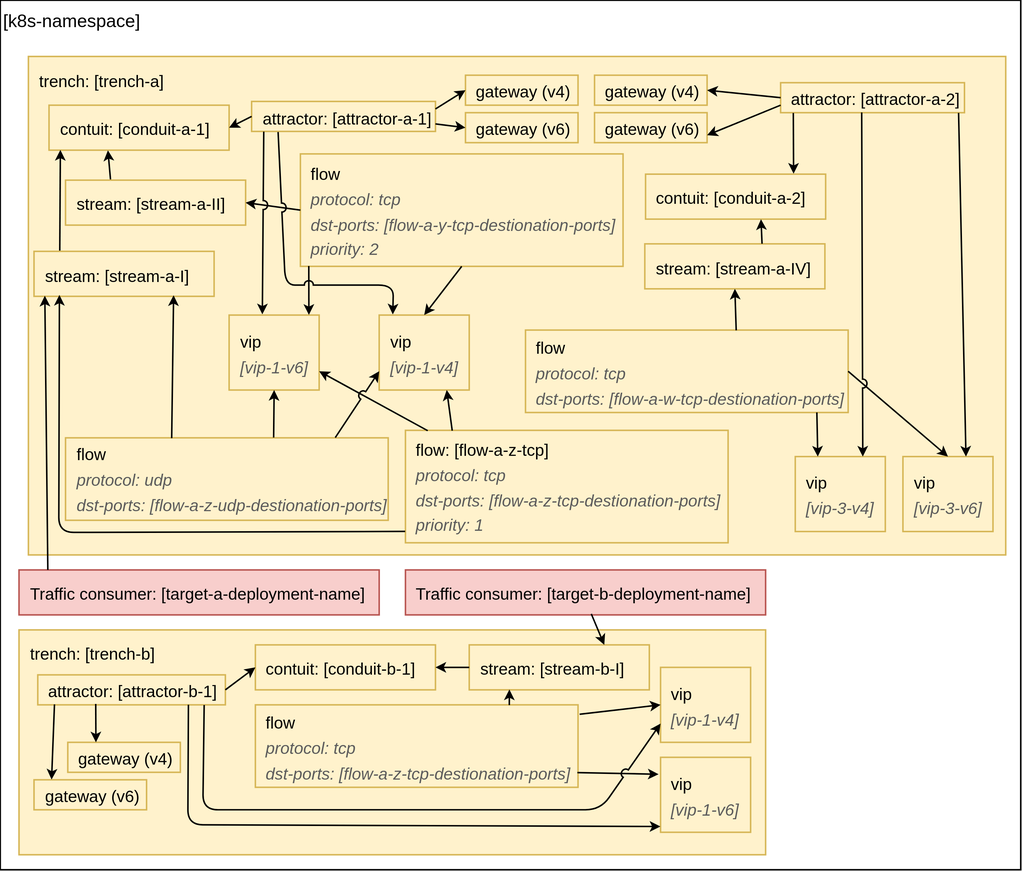
The draw.io diagram docs/resources/Initial-Deployment-E2E.svg in Nordix/Meridio, before a commit. Source tidied: cells renumbered, new cells last; positions are measured from the earlier drawing's top-left corner, leaving out a move shared by most shapes.
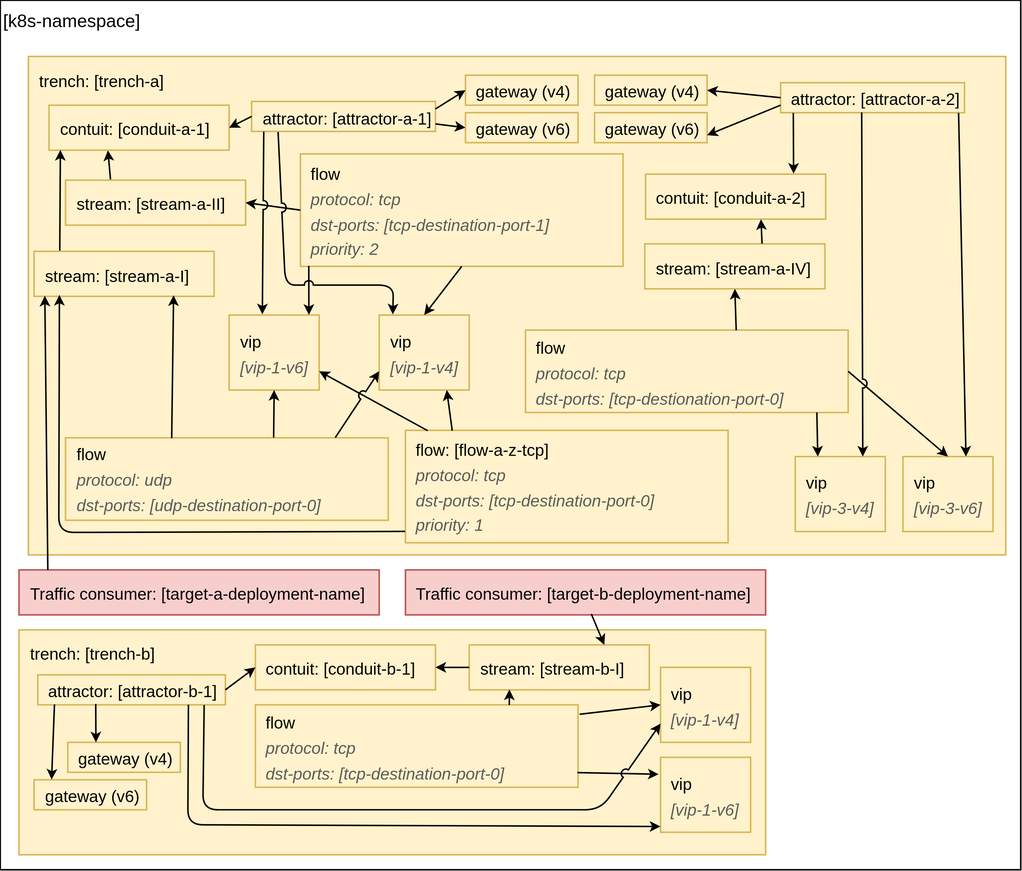
Above is the later version.

The edit, as a diff of the source:
```diff
@@ -20,7 +20,7 @@
     <mxCell id="7" value="&lt;font style=&quot;font-size: 11px&quot;&gt;stream: [stream-b-I]&lt;br&gt;&lt;/font&gt;" style="rounded=0;whiteSpace=wrap;html=1;labelBackgroundColor=none;fontSize=14;align=left;fillColor=#fff2cc;strokeColor=#d6b656;verticalAlign=middle;spacingLeft=5;" parent="1" vertex="1">
       <mxGeometry x="312.5" y="430" width="120" height="30" as="geometry" />
     </mxCell>
-    <mxCell id="8" value="&lt;font style=&quot;font-size: 11px&quot;&gt;flow&lt;br&gt;&lt;i&gt;&lt;font color=&quot;#5c5c5c&quot;&gt;protocol: tcp&lt;br&gt;dst-ports: [flow-a-z-tcp-destionation-ports]&lt;/font&gt;&lt;/i&gt;&lt;br&gt;&lt;/font&gt;" style="rounded=0;whiteSpace=wrap;html=1;labelBackgroundColor=none;fontSize=14;align=left;fillColor=#fff2cc;strokeColor=#d6b656;verticalAlign=middle;spacingLeft=5;" parent="1" vertex="1">
+    <mxCell id="8" value="&lt;font style=&quot;font-size: 11px&quot;&gt;flow&lt;br&gt;&lt;i&gt;&lt;font color=&quot;#5c5c5c&quot;&gt;protocol: tcp&lt;br&gt;dst-ports: [tcp-destination-port-0]&lt;/font&gt;&lt;/i&gt;&lt;br&gt;&lt;/font&gt;" style="rounded=0;whiteSpace=wrap;html=1;labelBackgroundColor=none;fontSize=14;align=left;fillColor=#fff2cc;strokeColor=#d6b656;verticalAlign=middle;spacingLeft=5;" parent="1" vertex="1">
       <mxGeometry x="170" y="470" width="215" height="55" as="geometry" />
     </mxCell>
     <mxCell id="9" value="&lt;font style=&quot;font-size: 11px&quot;&gt;vip&lt;br&gt;&lt;i&gt;&lt;font color=&quot;#5c5c5c&quot;&gt;[vip-1-v4]&lt;/font&gt;&lt;/i&gt;&lt;br&gt;&lt;/font&gt;" style="rounded=0;whiteSpace=wrap;html=1;labelBackgroundColor=none;fontSize=14;align=left;fillColor=#fff2cc;strokeColor=#d6b656;verticalAlign=middle;spacingLeft=5;" parent="1" vertex="1">
@@ -71,7 +71,7 @@
     <mxCell id="24" value="&lt;font style=&quot;font-size: 11px&quot;&gt;stream: [stream-a-I]&lt;br&gt;&lt;/font&gt;" style="rounded=0;whiteSpace=wrap;html=1;labelBackgroundColor=none;fontSize=14;align=left;fillColor=#fff2cc;strokeColor=#d6b656;verticalAlign=middle;spacingLeft=5;" parent="1" vertex="1">
       <mxGeometry x="22.5" y="167.5" width="120" height="30" as="geometry" />
     </mxCell>
-    <mxCell id="25" value="&lt;font style=&quot;font-size: 11px&quot;&gt;flow: [flow-a-z-tcp]&lt;br&gt;&lt;i&gt;&lt;font color=&quot;#5c5c5c&quot;&gt;protocol: tcp&lt;br&gt;dst-ports: [flow-a-z-tcp-destionation-ports]&lt;br&gt;priority: 1&lt;/font&gt;&lt;/i&gt;&lt;br&gt;&lt;/font&gt;" style="rounded=0;whiteSpace=wrap;html=1;labelBackgroundColor=none;fontSize=14;align=left;fillColor=#fff2cc;strokeColor=#d6b656;verticalAlign=middle;spacingLeft=5;" parent="1" vertex="1">
+    <mxCell id="25" value="&lt;font style=&quot;font-size: 11px&quot;&gt;flow: [flow-a-z-tcp]&lt;br&gt;&lt;i&gt;&lt;font color=&quot;#5c5c5c&quot;&gt;protocol: tcp&lt;br&gt;dst-ports: [tcp-destination-port-0]&lt;br&gt;priority: 1&lt;/font&gt;&lt;/i&gt;&lt;br&gt;&lt;/font&gt;" style="rounded=0;whiteSpace=wrap;html=1;labelBackgroundColor=none;fontSize=14;align=left;fillColor=#fff2cc;strokeColor=#d6b656;verticalAlign=middle;spacingLeft=5;" parent="1" vertex="1">
       <mxGeometry x="270" y="286.9" width="215" height="75" as="geometry" />
     </mxCell>
     <mxCell id="26" value="&lt;font style=&quot;font-size: 11px&quot;&gt;vip&lt;br&gt;&lt;i&gt;&lt;font color=&quot;#5c5c5c&quot;&gt;[vip-1-v4]&lt;/font&gt;&lt;/i&gt;&lt;br&gt;&lt;/font&gt;" style="rounded=0;whiteSpace=wrap;html=1;labelBackgroundColor=none;fontSize=14;align=left;fillColor=#fff2cc;strokeColor=#d6b656;verticalAlign=middle;spacingLeft=5;" parent="1" vertex="1">
@@ -80,10 +80,10 @@
     <mxCell id="27" value="&lt;font style=&quot;font-size: 11px&quot;&gt;vip&lt;br&gt;&lt;i&gt;&lt;font color=&quot;#5c5c5c&quot;&gt;[vip-1-v6]&lt;/font&gt;&lt;/i&gt;&lt;br&gt;&lt;/font&gt;" style="rounded=0;whiteSpace=wrap;html=1;labelBackgroundColor=none;fontSize=14;align=left;fillColor=#fff2cc;strokeColor=#d6b656;verticalAlign=middle;spacingLeft=5;" parent="1" vertex="1">
       <mxGeometry x="152.5" y="210" width="60" height="50" as="geometry" />
     </mxCell>
-    <mxCell id="28" value="&lt;font style=&quot;font-size: 11px&quot;&gt;flow&lt;br&gt;&lt;i&gt;&lt;font color=&quot;#5c5c5c&quot;&gt;protocol: udp&lt;br&gt;dst-ports: [flow-a-z-udp-destionation-ports]&lt;/font&gt;&lt;/i&gt;&lt;br&gt;&lt;/font&gt;" style="rounded=0;whiteSpace=wrap;html=1;labelBackgroundColor=none;fontSize=14;align=left;fillColor=#fff2cc;strokeColor=#d6b656;verticalAlign=middle;spacingLeft=5;" parent="1" vertex="1">
+    <mxCell id="28" value="&lt;font style=&quot;font-size: 11px&quot;&gt;flow&lt;br&gt;&lt;i&gt;&lt;font color=&quot;#5c5c5c&quot;&gt;protocol: udp&lt;br&gt;dst-ports: [udp-destination-port-0]&lt;/font&gt;&lt;/i&gt;&lt;br&gt;&lt;/font&gt;" style="rounded=0;whiteSpace=wrap;html=1;labelBackgroundColor=none;fontSize=14;align=left;fillColor=#fff2cc;strokeColor=#d6b656;verticalAlign=middle;spacingLeft=5;" parent="1" vertex="1">
       <mxGeometry x="43.5" y="291.9" width="215" height="55" as="geometry" />
     </mxCell>
-    <mxCell id="29" value="&lt;font style=&quot;font-size: 11px&quot;&gt;flow&lt;br&gt;&lt;i&gt;&lt;font color=&quot;#5c5c5c&quot;&gt;protocol: tcp&lt;br&gt;dst-ports: [flow-a-y-tcp-destionation-ports]&lt;br&gt;priority: 2&lt;/font&gt;&lt;/i&gt;&lt;br&gt;&lt;/font&gt;" style="rounded=0;whiteSpace=wrap;html=1;labelBackgroundColor=none;fontSize=14;align=left;fillColor=#fff2cc;strokeColor=#d6b656;verticalAlign=middle;spacingLeft=5;" parent="1" vertex="1">
+    <mxCell id="29" value="&lt;font style=&quot;font-size: 11px&quot;&gt;flow&lt;br&gt;&lt;i&gt;&lt;font color=&quot;#5c5c5c&quot;&gt;protocol: tcp&lt;br&gt;dst-ports: [tcp-destination-port-1]&lt;br&gt;priority: 2&lt;/font&gt;&lt;/i&gt;&lt;br&gt;&lt;/font&gt;" style="rounded=0;whiteSpace=wrap;html=1;labelBackgroundColor=none;fontSize=14;align=left;fillColor=#fff2cc;strokeColor=#d6b656;verticalAlign=middle;spacingLeft=5;" parent="1" vertex="1">
       <mxGeometry x="200" y="102.5" width="215" height="75" as="geometry" />
     </mxCell>
     <mxCell id="30" style="endArrow=classic;html=1;rounded=0;endSize=4;jumpStyle=arc;entryX=0.063;entryY=0.994;entryDx=0;entryDy=0;exitX=0.143;exitY=-0.017;exitDx=0;exitDy=0;fontSize=11;startSize=6;entryPerimeter=0;exitPerimeter=0;verticalAlign=middle;" parent="1" edge="1" source="24" target="23">
@@ -168,7 +168,7 @@
     <mxCell id="55" value="&lt;font style=&quot;font-size: 11px&quot;&gt;stream: [stream-a-IV]&lt;br&gt;&lt;/font&gt;" style="rounded=0;whiteSpace=wrap;html=1;labelBackgroundColor=none;fontSize=14;align=left;fillColor=#fff2cc;strokeColor=#d6b656;verticalAlign=middle;spacingLeft=5;" parent="1" vertex="1">
       <mxGeometry x="429.5" y="162.5" width="120" height="30" as="geometry" />
     </mxCell>
-    <mxCell id="56" value="&lt;font style=&quot;font-size: 11px&quot;&gt;flow&lt;br&gt;&lt;i&gt;&lt;font color=&quot;#5c5c5c&quot;&gt;protocol: tcp&lt;br&gt;dst-ports: [flow-a-w-tcp-destionation-ports]&lt;/font&gt;&lt;/i&gt;&lt;br&gt;&lt;/font&gt;" style="rounded=0;whiteSpace=wrap;html=1;labelBackgroundColor=none;fontSize=14;align=left;fillColor=#fff2cc;strokeColor=#d6b656;verticalAlign=middle;spacingLeft=5;" parent="1" vertex="1">
+    <mxCell id="56" value="&lt;font style=&quot;font-size: 11px&quot;&gt;flow&lt;br&gt;&lt;i&gt;&lt;font color=&quot;#5c5c5c&quot;&gt;protocol: tcp&lt;br&gt;dst-ports: [tcp-destionation-port-0]&lt;/font&gt;&lt;/i&gt;&lt;br&gt;&lt;/font&gt;" style="rounded=0;whiteSpace=wrap;html=1;labelBackgroundColor=none;fontSize=14;align=left;fillColor=#fff2cc;strokeColor=#d6b656;verticalAlign=middle;spacingLeft=5;" parent="1" vertex="1">
       <mxGeometry x="350" y="220" width="215" height="55" as="geometry" />
     </mxCell>
     <mxCell id="57" value="&lt;font style=&quot;font-size: 11px&quot;&gt;vip&lt;br&gt;&lt;i&gt;&lt;font color=&quot;#5c5c5c&quot;&gt;[vip-3-v4]&lt;/font&gt;&lt;/i&gt;&lt;br&gt;&lt;/font&gt;" style="rounded=0;whiteSpace=wrap;html=1;labelBackgroundColor=none;fontSize=14;align=left;fillColor=#fff2cc;strokeColor=#d6b656;verticalAlign=middle;spacingLeft=5;" parent="1" vertex="1">
```
